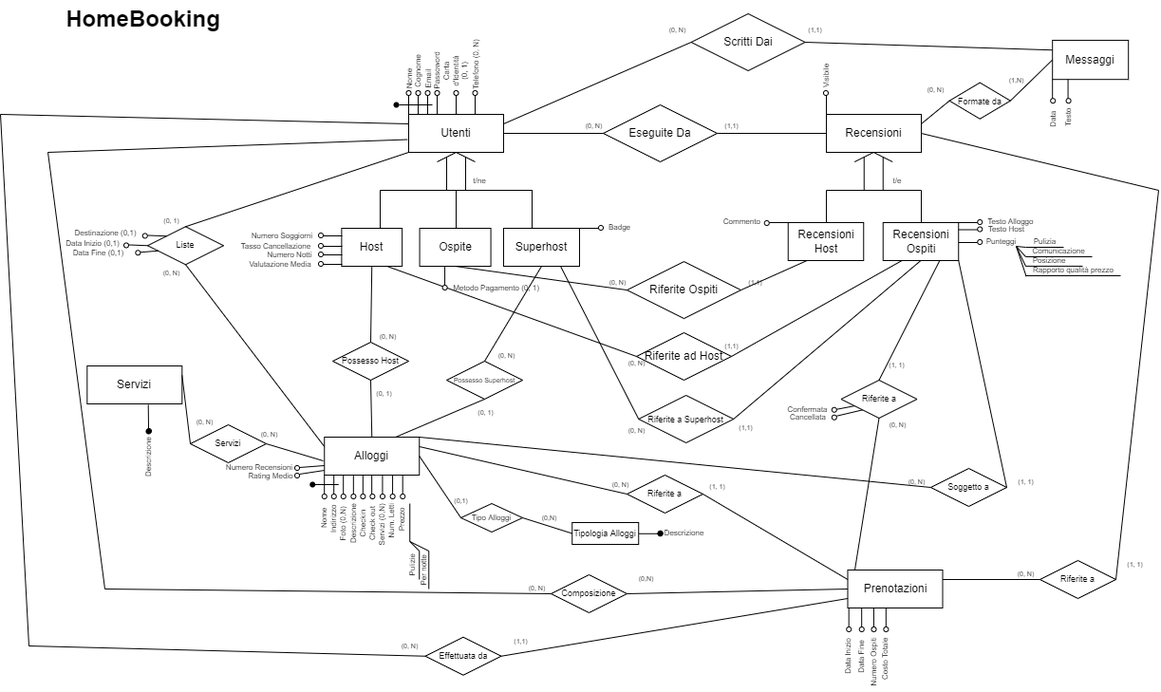
Before: HomeBooking.drawio.png, a diagram exported from draw.io (Giacca01/HomeBooking). Source tidied: cells renumbered, new cells last; positions are measured from the earlier drawing's top-left corner, leaving out a move shared by most shapes.
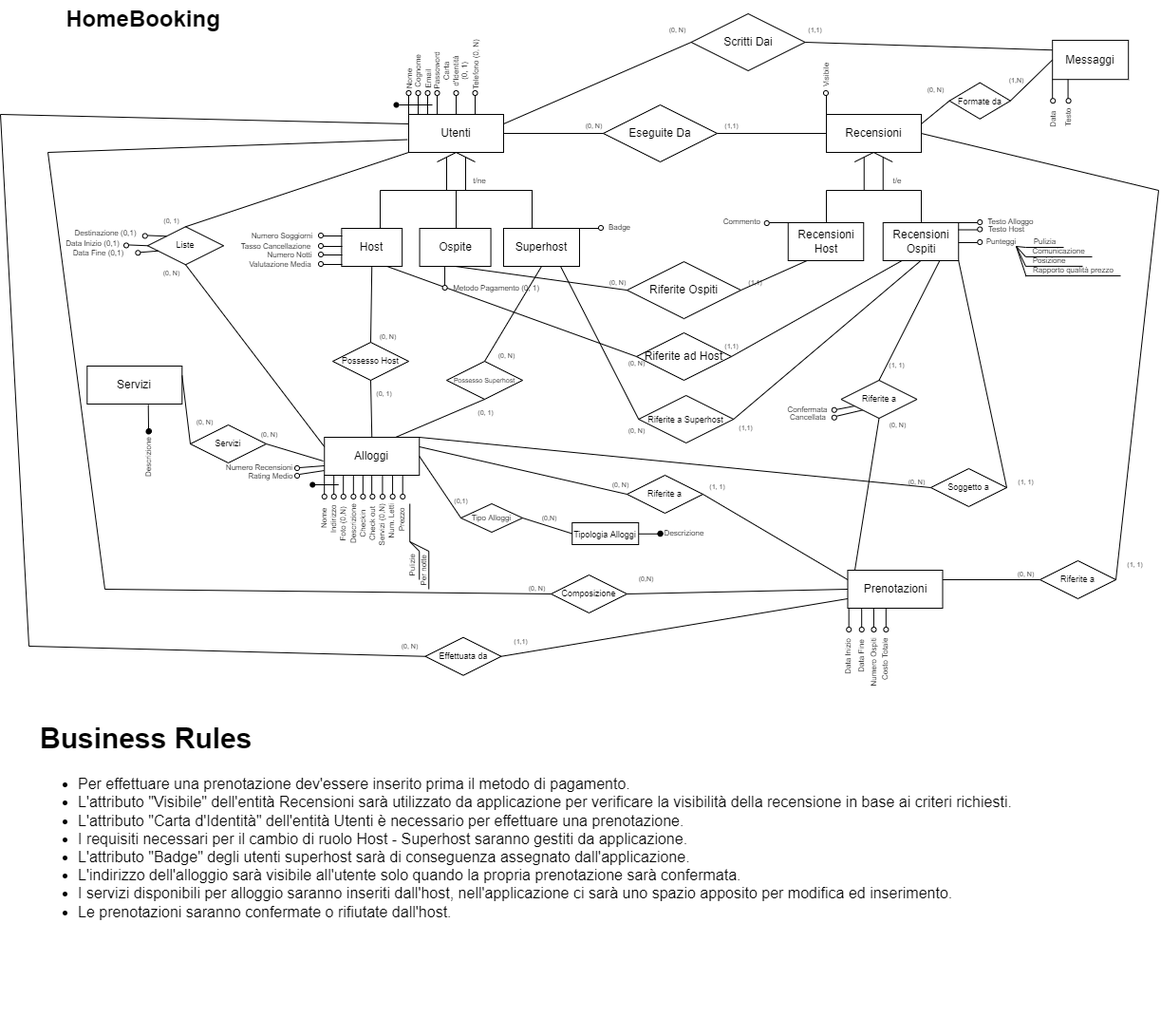
After the commit.

Commit message:
business rule

Change to the diagram source:
```diff
@@ -1022,5 +1022,8 @@
         <mxPoint x="672.6" y="561.8" as="sourcePoint" />
       </mxGeometry>
     </mxCell>
+    <mxCell id="269" value="&lt;h1&gt;Business Rules&lt;/h1&gt;&lt;p&gt;&lt;/p&gt;&lt;ul style=&quot;font-size: 16px&quot;&gt;&lt;li&gt;Per effettuare una prenotazione dev'essere inserito prima il metodo di pagamento.&lt;/li&gt;&lt;li&gt;L'attributo &quot;Visibile&quot; dell'entità Recensioni sarà utilizzato da applicazione per verificare la visibilità della recensione in base ai criteri richiesti.&lt;/li&gt;&lt;li&gt;L'attributo &quot;Carta d'Identità&quot; dell'entità Utenti è necessario per effettuare una prenotazione.&lt;/li&gt;&lt;li&gt;I requisiti necessari per il cambio di ruolo Host - Superhost saranno gestiti da applicazione.&lt;/li&gt;&lt;li&gt;L'attributo &quot;Badge&quot; degli utenti superhost sarà di conseguenza assegnato dall'applicazione.&lt;/li&gt;&lt;li&gt;L'indirizzo dell'alloggio sarà visibile all'utente solo quando la propria prenotazione sarà confermata.&lt;/li&gt;&lt;li&gt;I servizi disponibili per alloggio saranno inseriti dall'host, nell'applicazione ci sarà uno spazio apposito per modifica ed inserimento.&lt;/li&gt;&lt;li&gt;Le prenotazioni saranno confermate o rifiutate dall'host.&lt;/li&gt;&lt;/ul&gt;&lt;p&gt;&lt;/p&gt;" style="text;html=1;strokeColor=none;fillColor=none;spacing=5;spacingTop=-20;whiteSpace=wrap;overflow=hidden;rounded=0;fontSize=15;" parent="1" vertex="1">
+      <mxGeometry x="36.9" y="750" width="1151.3" height="340" as="geometry" />
+    </mxCell>
   </root>
 </mxGraphModel>
```
